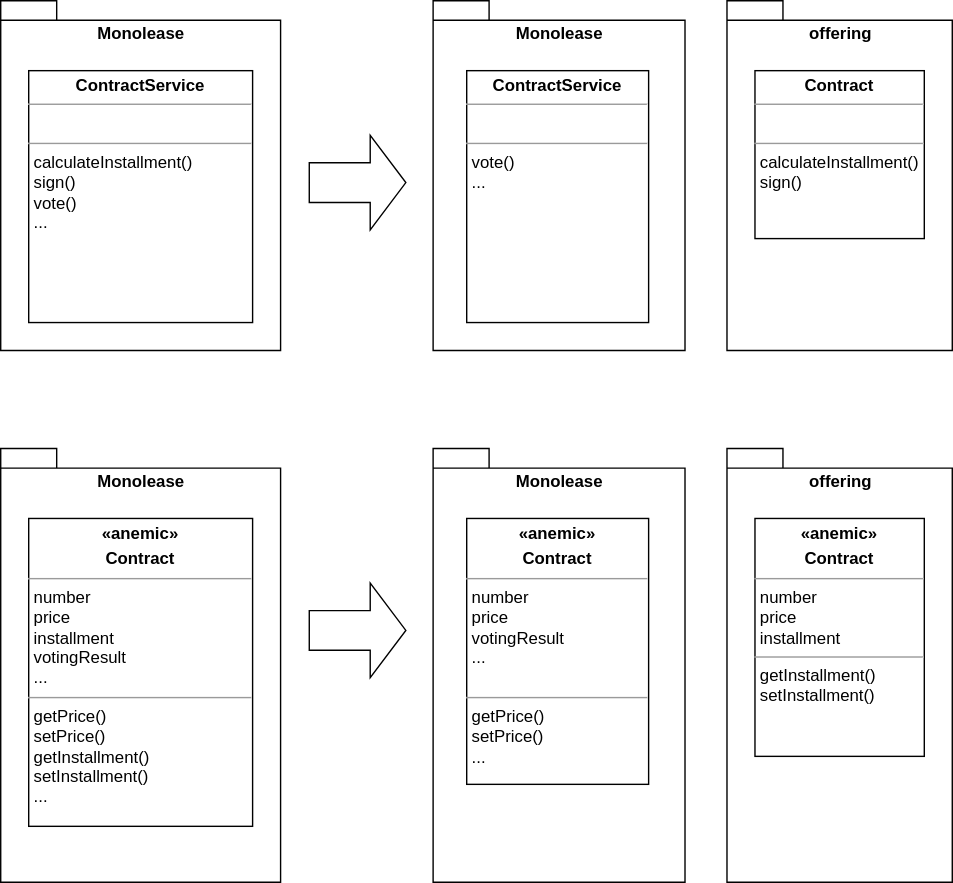
The draw.io diagram images/domain-driven-refactorings/tactical-for-strategic/extract-specialized-entity.drawio.svg in hschwentner/hschwentner.io, before a commit. Source tidied: cells renumbered, new cells last; positions are measured from the earlier drawing's top-left corner, leaving out a move shared by most shapes.
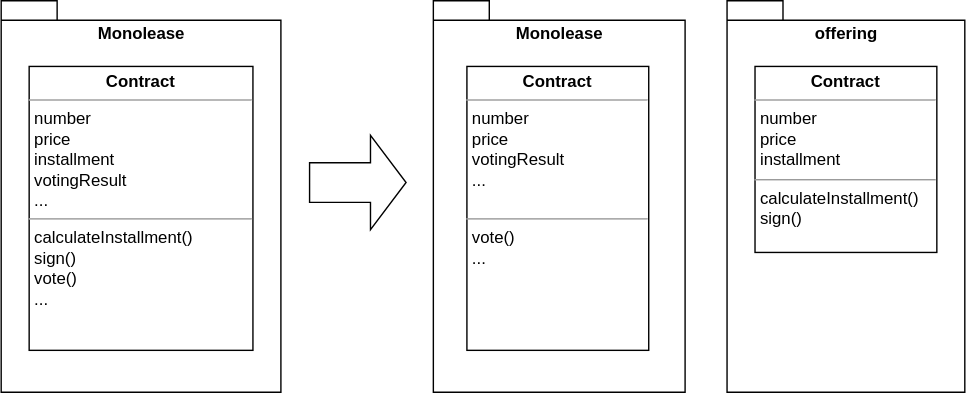
After the commit.

Diff of the diagram source:
```diff
@@ -2,53 +2,29 @@
   <root>
     <mxCell id="0" />
     <mxCell id="1" parent="0" />
-    <mxCell id="2" value="Monolease" style="shape=folder;fontStyle=1;spacingTop=10;tabWidth=40;tabHeight=14;tabPosition=left;html=1;verticalAlign=top;" parent="1" vertex="1">
-      <mxGeometry width="200" height="250" as="geometry" />
-    </mxCell>
-    <mxCell id="3" value="&lt;p style=&quot;margin: 0px ; margin-top: 4px ; text-align: center&quot;&gt;&lt;b&gt;ContractService&lt;/b&gt;&lt;/p&gt;&lt;hr size=&quot;1&quot;&gt;&lt;p style=&quot;margin: 0px ; margin-left: 4px&quot;&gt;&lt;br&gt;&lt;/p&gt;&lt;hr size=&quot;1&quot;&gt;&lt;p style=&quot;margin: 0px ; margin-left: 4px&quot;&gt;&lt;span&gt;calculateInstallment()&lt;/span&gt;&lt;br&gt;&lt;/p&gt;&lt;p style=&quot;margin: 0px ; margin-left: 4px&quot;&gt;sign()&lt;/p&gt;&lt;p style=&quot;margin: 0px ; margin-left: 4px&quot;&gt;vote()&lt;/p&gt;&lt;p style=&quot;margin: 0px ; margin-left: 4px&quot;&gt;...&lt;/p&gt;" style="verticalAlign=top;align=left;overflow=fill;fontSize=12;fontFamily=Helvetica;html=1;" parent="1" vertex="1">
-      <mxGeometry x="20" y="50" width="160" height="180" as="geometry" />
-    </mxCell>
-    <mxCell id="4" value="Monolease" style="shape=folder;fontStyle=1;spacingTop=10;tabWidth=40;tabHeight=14;tabPosition=left;html=1;verticalAlign=top;" parent="1" vertex="1">
-      <mxGeometry x="309" width="180" height="250" as="geometry" />
-    </mxCell>
-    <mxCell id="5" value="offering" style="shape=folder;fontStyle=1;spacingTop=10;tabWidth=40;tabHeight=14;tabPosition=left;html=1;verticalAlign=top;" parent="1" vertex="1">
-      <mxGeometry x="519" width="161" height="250" as="geometry" />
-    </mxCell>
-    <mxCell id="6" value="&lt;p style=&quot;margin: 0px ; margin-top: 4px ; text-align: center&quot;&gt;&lt;b&gt;ContractService&lt;/b&gt;&lt;/p&gt;&lt;hr size=&quot;1&quot;&gt;&lt;p style=&quot;margin: 0px ; margin-left: 4px&quot;&gt;&lt;br&gt;&lt;/p&gt;&lt;hr size=&quot;1&quot;&gt;&lt;p style=&quot;margin: 0px ; margin-left: 4px&quot;&gt;&lt;span&gt;vote()&lt;/span&gt;&lt;br&gt;&lt;/p&gt;&lt;p style=&quot;margin: 0px ; margin-left: 4px&quot;&gt;...&lt;/p&gt;" style="verticalAlign=top;align=left;overflow=fill;fontSize=12;fontFamily=Helvetica;html=1;" parent="1" vertex="1">
-      <mxGeometry x="333" y="50" width="130" height="180" as="geometry" />
-    </mxCell>
-    <mxCell id="7" value="&lt;p style=&quot;margin: 0px ; margin-top: 4px ; text-align: center&quot;&gt;&lt;b&gt;Contract&lt;/b&gt;&lt;/p&gt;&lt;hr size=&quot;1&quot;&gt;&lt;p style=&quot;margin: 0px ; margin-left: 4px&quot;&gt;&lt;br&gt;&lt;/p&gt;&lt;hr size=&quot;1&quot;&gt;&lt;p style=&quot;margin: 0px 0px 0px 4px&quot;&gt;calculateInstallment()&lt;br&gt;&lt;/p&gt;&lt;p style=&quot;margin: 0px 0px 0px 4px&quot;&gt;sign()&lt;/p&gt;" style="verticalAlign=top;align=left;overflow=fill;fontSize=12;fontFamily=Helvetica;html=1;" parent="1" vertex="1">
-      <mxGeometry x="539" y="50" width="121" height="120" as="geometry" />
-    </mxCell>
-    <mxCell id="8" style="shape=flexArrow;endArrow=classic;html=1;rounded=0;endWidth=38.14814814814815;endSize=8.15;width=28.333333333333332;" parent="1" edge="1">
-      <mxGeometry relative="1" as="geometry">
-        <mxPoint x="220" y="130" as="sourcePoint" />
-        <mxPoint x="290" y="130" as="targetPoint" />
-      </mxGeometry>
-    </mxCell>
-    <mxCell id="9" value="Monolease" style="shape=folder;fontStyle=1;spacingTop=10;tabWidth=40;tabHeight=14;tabPosition=left;html=1;verticalAlign=top;" parent="1" vertex="1">
-      <mxGeometry y="320" width="200" height="310" as="geometry" />
-    </mxCell>
-    <mxCell id="10" value="&lt;p style=&quot;margin: 0px ; margin-top: 4px ; text-align: center&quot;&gt;&lt;b&gt;«anemic»&lt;/b&gt;&lt;/p&gt;&lt;p style=&quot;margin: 0px ; margin-top: 4px ; text-align: center&quot;&gt;&lt;b&gt;Contract&lt;/b&gt;&lt;/p&gt;&lt;hr size=&quot;1&quot;&gt;&lt;p style=&quot;margin: 0px ; margin-left: 4px&quot;&gt;number&lt;/p&gt;&lt;p style=&quot;margin: 0px ; margin-left: 4px&quot;&gt;price&lt;/p&gt;&lt;p style=&quot;margin: 0px 0px 0px 4px&quot;&gt;installment&lt;/p&gt;&lt;p style=&quot;margin: 0px ; margin-left: 4px&quot;&gt;votingResult&lt;/p&gt;&lt;p style=&quot;margin: 0px ; margin-left: 4px&quot;&gt;&lt;span&gt;...&lt;/span&gt;&lt;br&gt;&lt;/p&gt;&lt;hr size=&quot;1&quot;&gt;&lt;p style=&quot;margin: 0px ; margin-left: 4px&quot;&gt;&lt;span&gt;getPrice()&lt;/span&gt;&lt;br&gt;&lt;/p&gt;&lt;p style=&quot;margin: 0px ; margin-left: 4px&quot;&gt;setPrice()&lt;/p&gt;&lt;p style=&quot;margin: 0px ; margin-left: 4px&quot;&gt;getInstallment()&lt;/p&gt;&lt;p style=&quot;margin: 0px ; margin-left: 4px&quot;&gt;setInstallment()&lt;/p&gt;&lt;p style=&quot;margin: 0px ; margin-left: 4px&quot;&gt;...&lt;/p&gt;" style="verticalAlign=top;align=left;overflow=fill;fontSize=12;fontFamily=Helvetica;html=1;" parent="1" vertex="1">
-      <mxGeometry x="20" y="370" width="160" height="220" as="geometry" />
-    </mxCell>
-    <mxCell id="11" value="Monolease" style="shape=folder;fontStyle=1;spacingTop=10;tabWidth=40;tabHeight=14;tabPosition=left;html=1;verticalAlign=top;" parent="1" vertex="1">
-      <mxGeometry x="309" y="320" width="180" height="310" as="geometry" />
-    </mxCell>
-    <mxCell id="12" value="offering" style="shape=folder;fontStyle=1;spacingTop=10;tabWidth=40;tabHeight=14;tabPosition=left;html=1;verticalAlign=top;" parent="1" vertex="1">
-      <mxGeometry x="519" y="320" width="161" height="310" as="geometry" />
-    </mxCell>
-    <mxCell id="13" value="&lt;p style=&quot;margin: 0px ; margin-top: 4px ; text-align: center&quot;&gt;&lt;b&gt;«anemic»&lt;/b&gt;&lt;b&gt;&lt;br&gt;&lt;/b&gt;&lt;/p&gt;&lt;p style=&quot;margin: 0px ; margin-top: 4px ; text-align: center&quot;&gt;&lt;b&gt;Contract&lt;/b&gt;&lt;/p&gt;&lt;hr size=&quot;1&quot;&gt;&lt;p style=&quot;margin: 0px ; margin-left: 4px&quot;&gt;number&lt;/p&gt;&lt;p style=&quot;margin: 0px ; margin-left: 4px&quot;&gt;price&lt;/p&gt;&lt;p style=&quot;margin: 0px ; margin-left: 4px&quot;&gt;votingResult&lt;/p&gt;&lt;p style=&quot;margin: 0px ; margin-left: 4px&quot;&gt;...&lt;/p&gt;&lt;p style=&quot;margin: 0px ; margin-left: 4px&quot;&gt;&lt;br&gt;&lt;/p&gt;&lt;hr size=&quot;1&quot;&gt;&lt;p style=&quot;margin: 0px 0px 0px 4px&quot;&gt;getPrice()&lt;br&gt;&lt;/p&gt;&lt;p style=&quot;margin: 0px 0px 0px 4px&quot;&gt;setPrice()&lt;/p&gt;&lt;p style=&quot;margin: 0px ; margin-left: 4px&quot;&gt;&lt;span&gt;...&lt;/span&gt;&lt;br&gt;&lt;/p&gt;" style="verticalAlign=top;align=left;overflow=fill;fontSize=12;fontFamily=Helvetica;html=1;" parent="1" vertex="1">
-      <mxGeometry x="333" y="370" width="130" height="190" as="geometry" />
-    </mxCell>
-    <mxCell id="14" value="&lt;p style=&quot;margin: 0px ; margin-top: 4px ; text-align: center&quot;&gt;&lt;b&gt;«anemic»&lt;/b&gt;&lt;b&gt;&lt;br&gt;&lt;/b&gt;&lt;/p&gt;&lt;p style=&quot;margin: 0px ; margin-top: 4px ; text-align: center&quot;&gt;&lt;b&gt;Contract&lt;/b&gt;&lt;/p&gt;&lt;hr size=&quot;1&quot;&gt;&lt;p style=&quot;margin: 0px ; margin-left: 4px&quot;&gt;number&lt;/p&gt;&lt;p style=&quot;margin: 0px ; margin-left: 4px&quot;&gt;price&lt;/p&gt;&lt;p style=&quot;margin: 0px ; margin-left: 4px&quot;&gt;installment&lt;/p&gt;&lt;hr size=&quot;1&quot;&gt;&lt;p style=&quot;margin: 0px 0px 0px 4px&quot;&gt;getInstallment()&lt;/p&gt;&lt;p style=&quot;margin: 0px 0px 0px 4px&quot;&gt;setInstallment()&lt;/p&gt;&lt;div&gt;&lt;br&gt;&lt;/div&gt;" style="verticalAlign=top;align=left;overflow=fill;fontSize=12;fontFamily=Helvetica;html=1;" parent="1" vertex="1">
-      <mxGeometry x="539" y="370" width="121" height="170" as="geometry" />
-    </mxCell>
-    <mxCell id="15" style="shape=flexArrow;endArrow=classic;html=1;rounded=0;endWidth=38.14814814814815;endSize=8.15;width=28.333333333333332;" parent="1" edge="1">
-      <mxGeometry relative="1" as="geometry">
-        <mxPoint x="220" y="450" as="sourcePoint" />
-        <mxPoint x="290" y="450" as="targetPoint" />
-      </mxGeometry>
+    <mxCell id="15" value="Monolease" style="shape=folder;fontStyle=1;spacingTop=10;tabWidth=40;tabHeight=14;tabPosition=left;html=1;verticalAlign=top;" parent="1" vertex="1">
+      <mxGeometry x="50" y="-290" width="200" height="280" as="geometry" />
     </mxCell>
+    <mxCell id="16" value="&lt;p style=&quot;margin: 0px ; margin-top: 4px ; text-align: center&quot;&gt;&lt;b&gt;Contract&lt;/b&gt;&lt;/p&gt;&lt;hr size=&quot;1&quot;&gt;&lt;p style=&quot;margin: 0px ; margin-left: 4px&quot;&gt;number&lt;/p&gt;&lt;p style=&quot;margin: 0px ; margin-left: 4px&quot;&gt;price&lt;/p&gt;&lt;p style=&quot;margin: 0px 0px 0px 4px&quot;&gt;installment&lt;/p&gt;&lt;p style=&quot;margin: 0px ; margin-left: 4px&quot;&gt;votingResult&lt;/p&gt;&lt;p style=&quot;margin: 0px ; margin-left: 4px&quot;&gt;&lt;span&gt;...&lt;/span&gt;&lt;br&gt;&lt;/p&gt;&lt;hr size=&quot;1&quot;&gt;&lt;p style=&quot;margin: 0px ; margin-left: 4px&quot;&gt;&lt;span&gt;calculateInstallment()&lt;/span&gt;&lt;br&gt;&lt;/p&gt;&lt;p style=&quot;margin: 0px ; margin-left: 4px&quot;&gt;sign()&lt;/p&gt;&lt;p style=&quot;margin: 0px ; margin-left: 4px&quot;&gt;vote()&lt;/p&gt;&lt;p style=&quot;margin: 0px ; margin-left: 4px&quot;&gt;...&lt;/p&gt;" style="verticalAlign=top;align=left;overflow=fill;fontSize=12;fontFamily=Helvetica;html=1;" parent="1" vertex="1">
+      <mxGeometry x="70" y="-243" width="160" height="203" as="geometry" />
+    </mxCell>
+    <mxCell id="17" value="Monolease" style="shape=folder;fontStyle=1;spacingTop=10;tabWidth=40;tabHeight=14;tabPosition=left;html=1;verticalAlign=top;" parent="1" vertex="1">
+      <mxGeometry x="359" y="-290" width="180" height="280" as="geometry" />
+    </mxCell>
+    <mxCell id="18" value="offering" style="shape=folder;fontStyle=1;spacingTop=10;tabWidth=40;tabHeight=14;tabPosition=left;html=1;verticalAlign=top;" parent="1" vertex="1">
+      <mxGeometry x="569" y="-290" width="170" height="280" as="geometry" />
+    </mxCell>
+    <mxCell id="19" value="&lt;p style=&quot;margin: 0px ; margin-top: 4px ; text-align: center&quot;&gt;&lt;b&gt;Contract&lt;/b&gt;&lt;/p&gt;&lt;hr size=&quot;1&quot;&gt;&lt;p style=&quot;margin: 0px ; margin-left: 4px&quot;&gt;number&lt;/p&gt;&lt;p style=&quot;margin: 0px ; margin-left: 4px&quot;&gt;price&lt;/p&gt;&lt;p style=&quot;margin: 0px ; margin-left: 4px&quot;&gt;votingResult&lt;/p&gt;&lt;p style=&quot;margin: 0px ; margin-left: 4px&quot;&gt;...&lt;/p&gt;&lt;p style=&quot;margin: 0px ; margin-left: 4px&quot;&gt;&lt;br&gt;&lt;/p&gt;&lt;hr size=&quot;1&quot;&gt;&lt;p style=&quot;margin: 0px ; margin-left: 4px&quot;&gt;&lt;span&gt;vote()&lt;/span&gt;&lt;br&gt;&lt;/p&gt;&lt;p style=&quot;margin: 0px ; margin-left: 4px&quot;&gt;...&lt;/p&gt;" style="verticalAlign=top;align=left;overflow=fill;fontSize=12;fontFamily=Helvetica;html=1;" parent="1" vertex="1">
+      <mxGeometry x="383" y="-243" width="130" height="203" as="geometry" />
+    </mxCell>
+    <mxCell id="20" value="&lt;p style=&quot;margin: 0px ; margin-top: 4px ; text-align: center&quot;&gt;&lt;b&gt;Contract&lt;/b&gt;&lt;/p&gt;&lt;hr size=&quot;1&quot;&gt;&lt;p style=&quot;margin: 0px ; margin-left: 4px&quot;&gt;number&lt;/p&gt;&lt;p style=&quot;margin: 0px ; margin-left: 4px&quot;&gt;price&lt;/p&gt;&lt;p style=&quot;margin: 0px ; margin-left: 4px&quot;&gt;installment&lt;/p&gt;&lt;hr size=&quot;1&quot;&gt;&lt;p style=&quot;margin: 0px 0px 0px 4px&quot;&gt;calculateInstallment()&lt;br&gt;&lt;/p&gt;&lt;p style=&quot;margin: 0px 0px 0px 4px&quot;&gt;sign()&lt;/p&gt;" style="verticalAlign=top;align=left;overflow=fill;fontSize=12;fontFamily=Helvetica;html=1;" parent="1" vertex="1">
+      <mxGeometry x="589" y="-243" width="130" height="133" as="geometry" />
+    </mxCell>
+    <mxCell id="21" style="shape=flexArrow;endArrow=classic;html=1;rounded=0;endWidth=38.14814814814815;endSize=8.15;width=28.333333333333332;" parent="1" edge="1">
+      <mxGeometry relative="1" as="geometry">
+        <mxPoint x="270" y="-160" as="sourcePoint" />
+        <mxPoint x="340" y="-160" as="targetPoint" />
+      </mxGeometry>
+    </mxCell>
   </root>
 </mxGraphModel>
```
